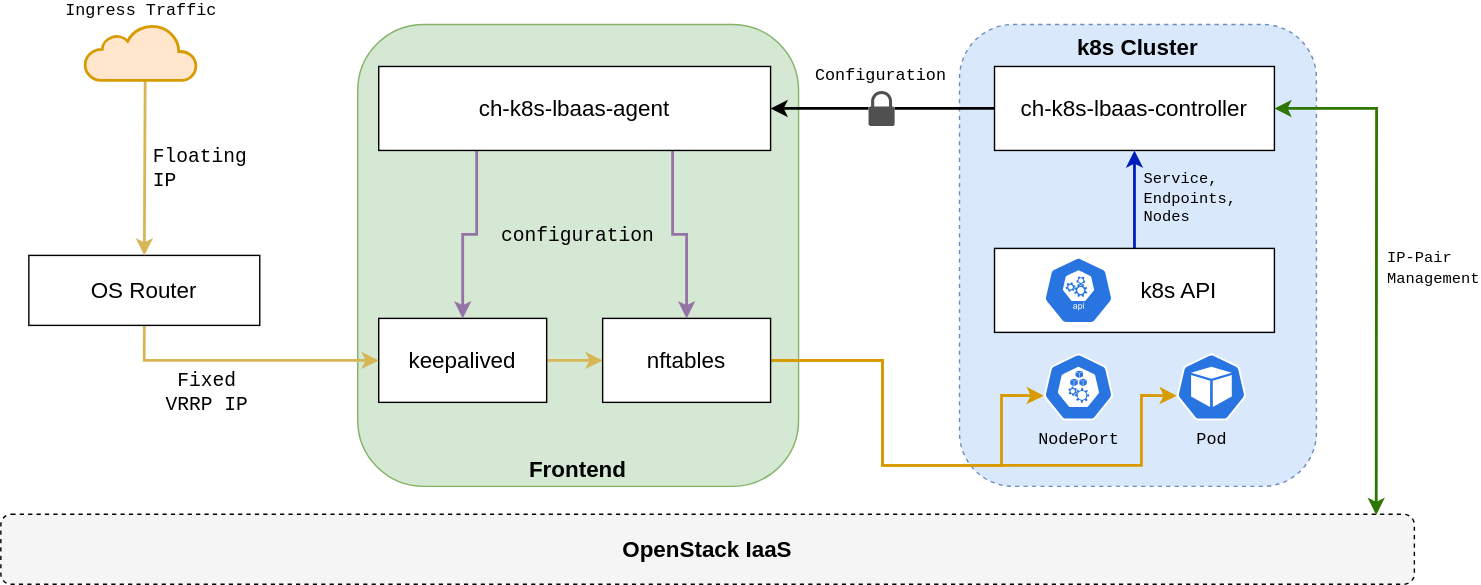
Above: docs/img/ch-k8s-lbaas-overview.svg in alasca-association/tarook (draw.io), before the change. Source tidied: cells renumbered, new cells last; positions are measured from the earlier drawing's top-left corner, leaving out a move shared by most shapes.
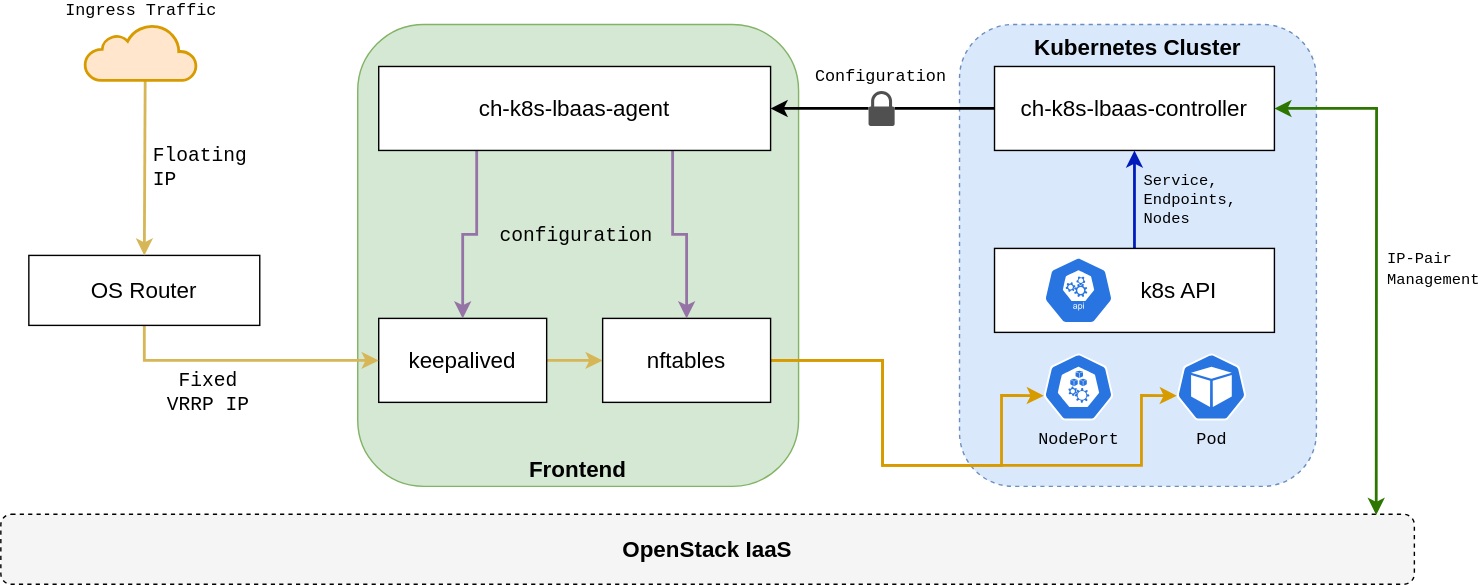
The same diagram one commit later.

Diff of the diagram source:
```diff
@@ -5,7 +5,7 @@
     <mxCell id="2" value="&lt;font style=&quot;font-size: 16px&quot;&gt;OpenStack IaaS&lt;/font&gt;" style="rounded=1;whiteSpace=wrap;html=1;dashed=1;fillColor=#F5F5F5;gradientColor=none;labelPosition=center;verticalLabelPosition=middle;align=center;verticalAlign=middle;fontStyle=1;" parent="1" vertex="1">
       <mxGeometry y="350" width="1010" height="50" as="geometry" />
     </mxCell>
-    <mxCell id="3" value="&lt;font style=&quot;font-size: 16px&quot;&gt;k8s Cluster&lt;/font&gt;" style="rounded=1;whiteSpace=wrap;html=1;dashed=1;fillColor=#dae8fc;strokeColor=#6c8ebf;labelPosition=center;verticalLabelPosition=middle;align=center;verticalAlign=top;fontStyle=1;" parent="1" vertex="1">
+    <mxCell id="3" value="&lt;font style=&quot;font-size: 16px&quot;&gt;Kubernetes Cluster&lt;/font&gt;" style="rounded=1;whiteSpace=wrap;html=1;dashed=1;fillColor=#dae8fc;strokeColor=#6c8ebf;labelPosition=center;verticalLabelPosition=middle;align=center;verticalAlign=top;fontStyle=1;" parent="1" vertex="1">
       <mxGeometry x="685" width="255" height="330" as="geometry" />
     </mxCell>
     <mxCell id="4" value="&lt;font style=&quot;font-size: 16px&quot;&gt;Frontend&lt;/font&gt;" style="rounded=1;whiteSpace=wrap;html=1;fillColor=#d5e8d4;labelPosition=center;verticalLabelPosition=middle;align=center;verticalAlign=bottom;strokeColor=#82b366;fontStyle=1;" parent="1" vertex="1">
```
